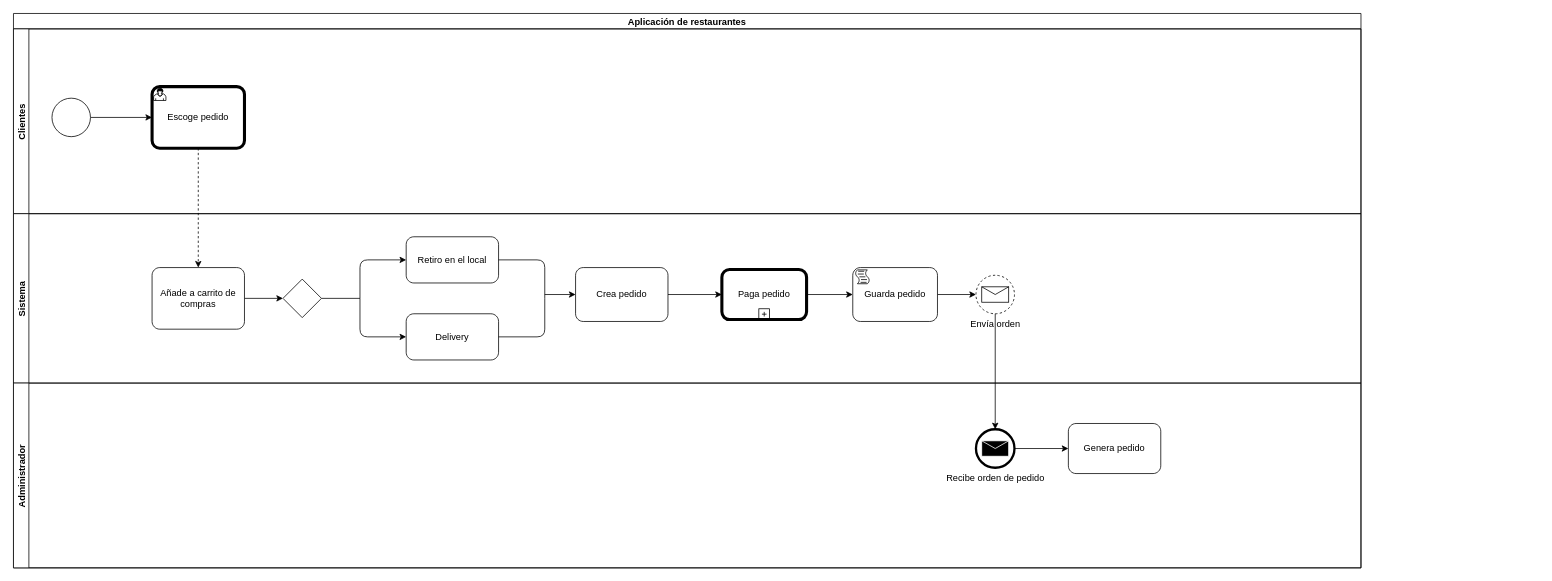
The draw.io diagram Proceso de negocio restaurant.drawio in nina011/bpmn_vi_semestre, before the edit. Source tidied: cells renumbered, new cells numbered last; positions are measured from the earlier drawing's top-left corner, leaving out a move shared by most shapes. Both pictures are drawn from the tidied source at 77%, with x=0, y=0 at pixel (13, 13).
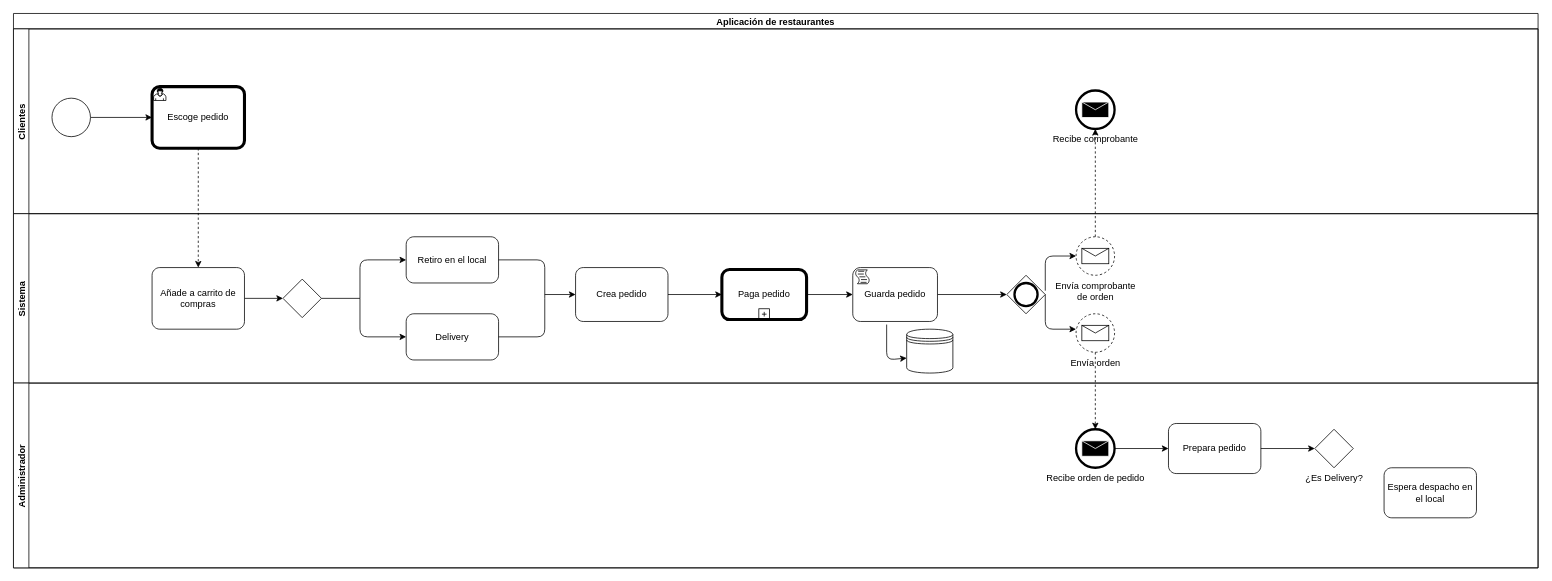
The same diagram, later.

The change refers to these unchanged cells:
```xml
<mxCell id="13" value="Guarda pedido" style="points=[[0.25,0,0],[0.5,0,0],[0.75,0,0],[1,0.25,0],[1,0.5,0],[1,0.75,0],[0.75,1,0],[0.5,1,0],[0.25,1,0],[0,0.75,0],[0,0.5,0],[0,0.25,0]];shape=mxgraph.bpmn.task;whiteSpace=wrap;rectStyle=rounded;size=10;taskMarker=script;" parent="7" vertex="1">
  <mxGeometry x="1090" y="70" width="110" height="70" as="geometry" />
</mxCell>
```

The edit, as a diff of the source:
```diff
@@
     <mxCell id="2" value="Aplicación de restaurantes" style="swimlane;horizontal=1;startSize=20;" parent="1" vertex="1">
-      <mxGeometry width="1750" height="720" as="geometry" />
+      <mxGeometry width="1980" height="720" as="geometry" />
     </mxCell>
     <mxCell id="3" value="Clientes" style="swimlane;startSize=20;horizontal=0;" parent="2" vertex="1">
-      <mxGeometry y="20" width="1750" height="240" as="geometry" />
+      <mxGeometry y="20" width="1980" height="240" as="geometry" />
     </mxCell>
@@
+    <mxCell id="32" value="Recibe comprobante" style="points=[[0.145,0.145,0],[0.5,0,0],[0.855,0.145,0],[1,0.5,0],[0.855,0.855,0],[0.5,1,0],[0.145,0.855,0],[0,0.5,0]];shape=mxgraph.bpmn.event;html=1;verticalLabelPosition=bottom;labelBackgroundColor=#ffffff;verticalAlign=top;align=center;perimeter=ellipsePerimeter;outlineConnect=0;outline=end;symbol=message;" parent="3" vertex="1">
+      <mxGeometry x="1380" y="80" width="50" height="50" as="geometry" />
+    </mxCell>
     <mxCell id="7" value="Sistema" style="swimlane;startSize=20;horizontal=0;" parent="2" vertex="1">
-      <mxGeometry y="260" width="1750" height="220" as="geometry" />
+      <mxGeometry y="260" width="1980" height="220" as="geometry" />
     </mxCell>
@@
-    <mxCell id="12" style="edgeStyle=orthogonalEdgeStyle;rounded=0;jettySize=auto;html=1;" parent="7" edge="1" source="13" target="14">
+    <mxCell id="12" style="edgeStyle=orthogonalEdgeStyle;rounded=0;jettySize=auto;html=1;entryX=0;entryY=0.5;entryDx=0;entryDy=0;entryPerimeter=0;" parent="7" edge="1" source="13" target="35">
       <mxGeometry relative="1" as="geometry" />
     </mxCell>
@@
     <mxCell id="14" value="Envía orden" style="points=[[0.145,0.145,0],[0.5,0,0],[0.855,0.145,0],[1,0.5,0],[0.855,0.855,0],[0.5,1,0],[0.145,0.855,0],[0,0.5,0]];shape=mxgraph.bpmn.event;html=1;verticalLabelPosition=bottom;labelBackgroundColor=#ffffff;verticalAlign=top;align=center;perimeter=ellipsePerimeter;outlineConnect=0;outline=eventNonint;symbol=message;" parent="7" vertex="1">
-      <mxGeometry x="1250" y="80" width="50" height="50" as="geometry" />
+      <mxGeometry x="1380" y="130" width="50" height="50" as="geometry" />
     </mxCell>
@@
+    <mxCell id="33" style="endArrow=classic;html=1;entryX=0;entryY=0;entryDx=0;entryDy=37.5;entryPerimeter=0;exitX=0.4;exitY=1.057;exitDx=0;exitDy=0;exitPerimeter=0;" parent="7" edge="1" source="13">
+      <mxGeometry relative="1" as="geometry">
+        <mxPoint x="1160" y="187.5" as="targetPoint" />
+        <Array as="points">
+          <mxPoint x="1134" y="190" />
+        </Array>
+      </mxGeometry>
+    </mxCell>
+    <mxCell id="34" style="shape=datastore;whiteSpace=wrap;html=1;labelPosition=center;verticalLabelPosition=bottom;align=center;verticalAlign=top;" parent="7" vertex="1">
+      <mxGeometry x="1160" y="150" width="60" height="57" as="geometry" />
+    </mxCell>
+    <mxCell id="35" style="points=[[0.25,0.25,0],[0.5,0,0],[0.75,0.25,0],[1,0.5,0],[0.75,0.75,0],[0.5,1,0],[0.25,0.75,0],[0,0.5,0]];shape=mxgraph.bpmn.gateway2;html=1;verticalLabelPosition=bottom;labelBackgroundColor=#ffffff;verticalAlign=top;align=center;perimeter=rhombusPerimeter;outlineConnect=0;outline=end;symbol=general;" parent="7" vertex="1">
+      <mxGeometry x="1290" y="80" width="50" height="50" as="geometry" />
+    </mxCell>
+    <mxCell id="36" value="&lt;div&gt;Envía comprobante &lt;br&gt;&lt;/div&gt;&lt;div&gt;de orden&lt;br&gt;&lt;/div&gt;" style="points=[[0.145,0.145,0],[0.5,0,0],[0.855,0.145,0],[1,0.5,0],[0.855,0.855,0],[0.5,1,0],[0.145,0.855,0],[0,0.5,0]];shape=mxgraph.bpmn.event;html=1;verticalLabelPosition=bottom;labelBackgroundColor=#ffffff;verticalAlign=top;align=center;perimeter=ellipsePerimeter;outlineConnect=0;outline=eventNonint;symbol=message;" parent="7" vertex="1">
+      <mxGeometry x="1380" y="30" width="50" height="50" as="geometry" />
+    </mxCell>
+    <mxCell id="37" style="endArrow=classic;html=1;entryX=0;entryY=0.5;entryDx=0;entryDy=0;entryPerimeter=0;" parent="7" edge="1" target="36">
+      <mxGeometry relative="1" as="geometry">
+        <mxPoint x="1340" y="100" as="sourcePoint" />
+        <Array as="points">
+          <mxPoint x="1340" y="55" />
+        </Array>
+      </mxGeometry>
+    </mxCell>
+    <mxCell id="38" style="endArrow=classic;html=1;exitX=1;exitY=0.5;exitDx=0;exitDy=0;exitPerimeter=0;" parent="7" edge="1" source="35">
+      <mxGeometry relative="1" as="geometry">
+        <mxPoint x="1380" y="150" as="targetPoint" />
+        <Array as="points">
+          <mxPoint x="1340" y="150" />
+        </Array>
+      </mxGeometry>
+    </mxCell>
+    <mxCell id="31" style="endArrow=classic;html=1;exitX=0.5;exitY=1;exitDx=0;exitDy=0;exitPerimeter=0;entryX=0.5;entryY=0;entryDx=0;entryDy=0;entryPerimeter=0;dashed=1;" parent="2" edge="1" source="14" target="27">
+      <mxGeometry relative="1" as="geometry" />
+    </mxCell>
     <mxCell id="26" value="Administrador" style="swimlane;startSize=20;horizontal=0;" parent="2" vertex="1">
-      <mxGeometry y="480" width="1750" height="240" as="geometry" />
+      <mxGeometry y="480" width="1980" height="240" as="geometry" />
     </mxCell>
     <mxCell id="27" value="Recibe orden de pedido" style="points=[[0.145,0.145,0],[0.5,0,0],[0.855,0.145,0],[1,0.5,0],[0.855,0.855,0],[0.5,1,0],[0.145,0.855,0],[0,0.5,0]];shape=mxgraph.bpmn.event;html=1;verticalLabelPosition=bottom;labelBackgroundColor=#ffffff;verticalAlign=top;align=center;perimeter=ellipsePerimeter;outlineConnect=0;outline=end;symbol=message;" parent="26" vertex="1">
-      <mxGeometry x="1250" y="60" width="50" height="50" as="geometry" />
+      <mxGeometry x="1380" y="60" width="50" height="50" as="geometry" />
     </mxCell>
-    <mxCell id="28" value="Genera pedido" style="points=[[0.25,0,0],[0.5,0,0],[0.75,0,0],[1,0.25,0],[1,0.5,0],[1,0.75,0],[0.75,1,0],[0.5,1,0],[0.25,1,0],[0,0.75,0],[0,0.5,0],[0,0.25,0]];shape=mxgraph.bpmn.task;whiteSpace=wrap;rectStyle=rounded;size=10;taskMarker=abstract;" parent="26" vertex="1">
-      <mxGeometry x="1370" y="52.5" width="120" height="65" as="geometry" />
+    <mxCell id="28" value="Prepara pedido" style="points=[[0.25,0,0],[0.5,0,0],[0.75,0,0],[1,0.25,0],[1,0.5,0],[1,0.75,0],[0.75,1,0],[0.5,1,0],[0.25,1,0],[0,0.75,0],[0,0.5,0],[0,0.25,0]];shape=mxgraph.bpmn.task;whiteSpace=wrap;rectStyle=rounded;size=10;taskMarker=abstract;" parent="26" vertex="1">
+      <mxGeometry x="1500" y="52.5" width="120" height="65" as="geometry" />
     </mxCell>
@@
+    <mxCell id="39" value="¿Es Delivery?" style="points=[[0.25,0.25,0],[0.5,0,0],[0.75,0.25,0],[1,0.5,0],[0.75,0.75,0],[0.5,1,0],[0.25,0.75,0],[0,0.5,0]];shape=mxgraph.bpmn.gateway2;html=1;verticalLabelPosition=bottom;labelBackgroundColor=#ffffff;verticalAlign=top;align=center;perimeter=rhombusPerimeter;outlineConnect=0;outline=none;symbol=none;" parent="26" vertex="1">
+      <mxGeometry x="1690" y="60" width="50" height="50" as="geometry" />
+    </mxCell>
+    <mxCell id="40" style="endArrow=classic;html=1;exitX=1;exitY=0.5;exitDx=0;exitDy=0;exitPerimeter=0;entryX=0;entryY=0.5;entryDx=0;entryDy=0;entryPerimeter=0;" parent="26" edge="1" source="28" target="39">
+      <mxGeometry relative="1" as="geometry" />
+    </mxCell>
+    <mxCell id="41" value="Espera despacho en el local" style="shape=mxgraph.bpmn.task;whiteSpace=wrap;rectStyle=rounded;size=10;taskMarker=abstract;" parent="26" vertex="1">
+      <mxGeometry x="1780" y="110" width="120" height="65" as="geometry" />
+    </mxCell>
@@
-    <mxCell id="31" style="endArrow=classic;html=1;exitX=0.5;exitY=1;exitDx=0;exitDy=0;exitPerimeter=0;entryX=0.5;entryY=0;entryDx=0;entryDy=0;entryPerimeter=0;" parent="2" edge="1" source="14" target="27">
-      <mxGeometry relative="1" as="geometry" />
-    </mxCell>
+    <mxCell id="42" style="endArrow=classic;html=1;dashed=1;exitX=0.5;exitY=0;exitDx=0;exitDy=0;exitPerimeter=0;entryX=0.5;entryY=1;entryDx=0;entryDy=0;entryPerimeter=0;" parent="2" edge="1" source="36" target="32">
+      <mxGeometry relative="1" as="geometry" />
+    </mxCell>
```
